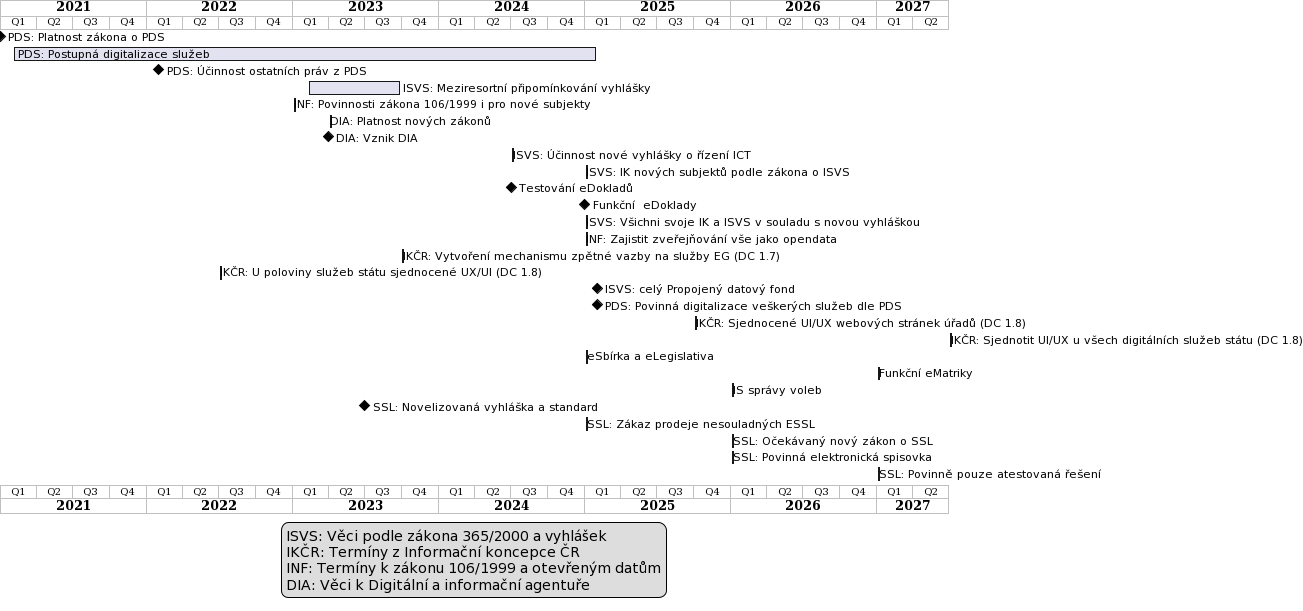
This is diagramy/Edu/casovaosaeg.png from egdilna/egovedu, a PlantUML export, as it was before one commit.
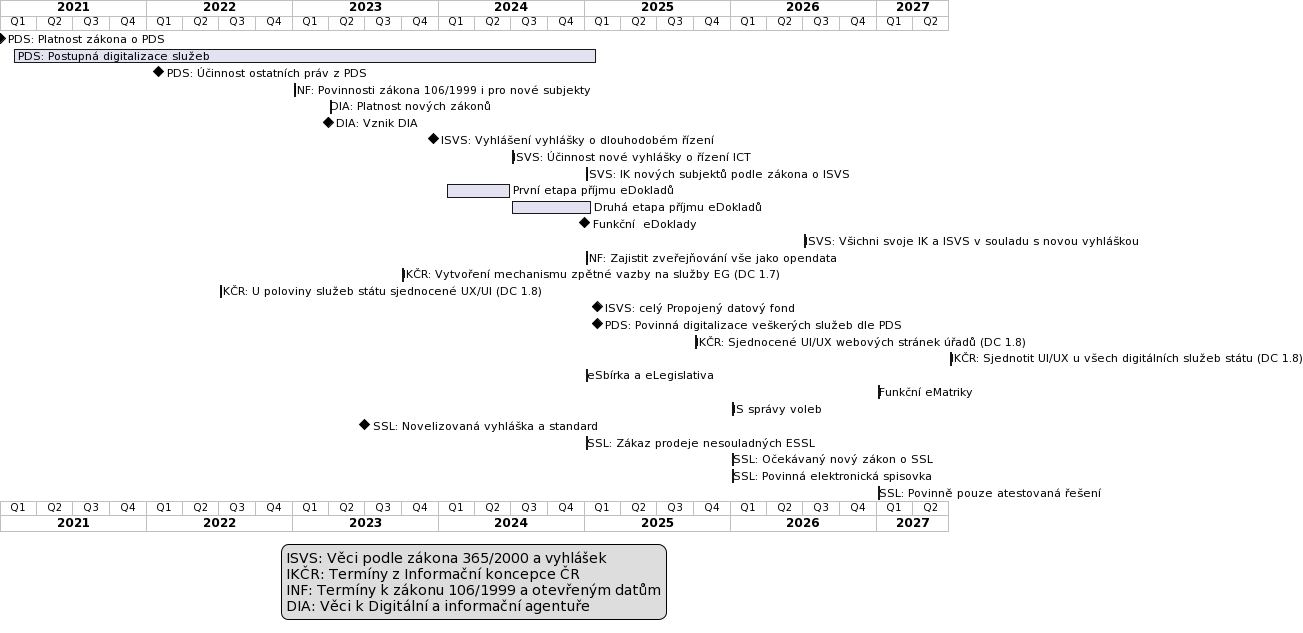
After the commit.

Commit message:
aktualizace časové osy

The edit, as a diff of the source:
```diff
@@ -5,15 +5,16 @@
 [PDS: Platnost zákona o PDS] happens 2020-02-01
 [PDS: Postupná digitalizace služeb] starts 2021-02-01 and ends 2025-02-01
 [PDS: Účinnost ostatních práv z PDS] happens 2022-02-01
-[ISVS: Meziresortní připomínkování vyhlášky] starts 2023-02-08 and ends 2023-09-30
 [INF: Povinnosti zákona 106/1999 i pro nové subjekty] starts 2023-01-01
 [DIA: Platnost nových zákonů] starts 2023-04-01
 [DIA: Vznik DIA] happens 2023-04-01
+[ISVS: Vyhlášení vyhlášky o dlouhodobém řízení] happens 2023-12-20
 [ISVS: Účinnost nové vyhlášky o řízení ICT] starts 2024-07-01
 [ISVS: IK nových subjektů podle zákona o ISVS] ends 2024-12-31
-[Testování eDokladů] happens 2024-07-01
+[První etapa příjmu eDokladů] starts 2024-01-20 and ends 2024-07-01
+[Druhá etapa příjmu eDokladů] starts 2024-07-01 and ends 2025-01-20
 [Funkční  eDoklady] happens 2025-01-01
-[ISVS: Všichni svoje IK a ISVS v souladu s novou vyhláškou] ends 2024-12-31
+[ISVS: Všichni svoje IK a ISVS v souladu s novou vyhláškou] ends 2026-07-01
 [INF: Zajistit zveřejňování vše jako opendata] ends 2024-12-31
 [IKČR: Vytvoření mechanismu zpětné vazby na služby EG (DC 1.7)] ends 2023-09-30
 [IKČR: U poloviny služeb státu sjednocené UX/UI (DC 1.8)] ends 2022-06-30
```
